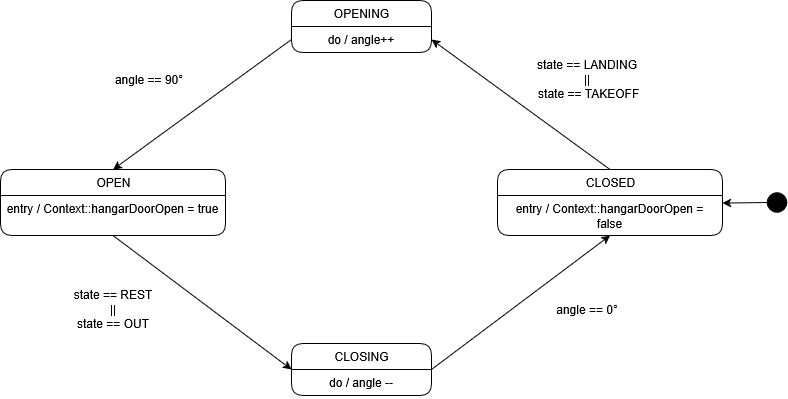
Above: docs/tex/images/hangar_door.png in MarMal001/Project2-SmartDroneHangar (draw.io), before the change. Source tidied: cells renumbered, new cells last; positions are measured from the earlier drawing's top-left corner, leaving out a move shared by most shapes. The source it was exported from:
```xml
<mxGraphModel>
  <root>
    <mxCell id="0" />
    <mxCell id="1" parent="0" />
    <mxCell id="2" style="endArrow=classic;html=1;rounded=0;entryX=0.5;entryY=0;entryDx=0;entryDy=0;exitX=0;exitY=0.5;exitDx=0;exitDy=0;" parent="1" edge="1" source="13" target="16">
      <mxGeometry relative="1" as="geometry" />
    </mxCell>
    <mxCell id="3" style="endArrow=classic;html=1;rounded=0;entryX=1;entryY=0.5;entryDx=0;entryDy=0;exitX=0.5;exitY=0;exitDx=0;exitDy=0;" parent="1" edge="1" source="18" target="13">
      <mxGeometry relative="1" as="geometry" />
    </mxCell>
    <mxCell id="4" style="endArrow=classic;html=1;rounded=0;exitX=1;exitY=0.5;exitDx=0;exitDy=0;entryX=0.5;entryY=1;entryDx=0;entryDy=0;" parent="1" edge="1" source="14" target="18">
      <mxGeometry relative="1" as="geometry" />
    </mxCell>
    <mxCell id="5" style="endArrow=classic;html=1;rounded=0;exitX=0.5;exitY=1;exitDx=0;exitDy=0;entryX=0;entryY=0.5;entryDx=0;entryDy=0;" parent="1" edge="1" source="16" target="14">
      <mxGeometry relative="1" as="geometry" />
    </mxCell>
    <mxCell id="6" value="angle == 90°" style="text;html=1;whiteSpace=wrap;strokeColor=none;fillColor=none;align=center;verticalAlign=middle;rounded=0;" parent="1" vertex="1">
      <mxGeometry x="104" y="64" width="90" height="30" as="geometry" />
    </mxCell>
    <mxCell id="7" value="angle == 0°" style="text;html=1;whiteSpace=wrap;strokeColor=none;fillColor=none;align=center;verticalAlign=middle;rounded=0;" parent="1" vertex="1">
      <mxGeometry x="547" y="294" width="80" height="30" as="geometry" />
    </mxCell>
    <mxCell id="8" value="&lt;div&gt;state == REST&lt;/div&gt;&lt;div&gt;||&lt;/div&gt;&lt;div&gt;state == OUT&lt;/div&gt;" style="text;html=1;whiteSpace=wrap;strokeColor=none;fillColor=none;align=center;verticalAlign=middle;rounded=0;" parent="1" vertex="1">
      <mxGeometry x="67.5" y="294" width="90" height="30" as="geometry" />
    </mxCell>
    <mxCell id="9" value="&lt;div&gt;state == LANDING&lt;/div&gt;&lt;div&gt;||&lt;/div&gt;&lt;div&gt;&amp;nbsp;state == TAKEOFF&lt;/div&gt;" style="text;html=1;whiteSpace=wrap;strokeColor=none;fillColor=none;align=center;verticalAlign=middle;rounded=0;" parent="1" vertex="1">
      <mxGeometry x="522" y="64" width="130" height="30" as="geometry" />
    </mxCell>
    <mxCell id="10" style="ellipse;whiteSpace=wrap;html=1;shapeInside=1;gradientColor=none;fillStyle=solid;fillColor=#000000;" parent="1" vertex="1">
      <mxGeometry x="766.7" y="192.2" width="19.5" height="19.5" as="geometry" />
    </mxCell>
    <mxCell id="11" style="endArrow=classic;html=1;rounded=0;exitX=0;exitY=0.5;exitDx=0;exitDy=0;entryX=0.997;entryY=0.403;entryDx=0;entryDy=0;entryPerimeter=0;" parent="1" edge="1">
      <mxGeometry relative="1" as="geometry">
        <mxPoint x="767.7" y="202" as="sourcePoint" />
        <mxPoint x="722" y="202.6" as="targetPoint" />
      </mxGeometry>
    </mxCell>
    <mxCell id="12" value="OPENING" style="swimlane;fontStyle=0;horizontal=1;startSize=26;fillColor=none;html=1;rounded=1;" parent="1" vertex="1">
      <mxGeometry x="291" width="140" height="52" as="geometry" />
    </mxCell>
    <mxCell id="13" value="&lt;div align=&quot;center&quot;&gt;do / angle++&lt;/div&gt;" style="text;strokeColor=none;fillColor=none;align=center;verticalAlign=top;spacingLeft=4;spacingRight=4;overflow=hidden;points=[[0,0.5],[1,0.5]];portConstraint=eastwest;whiteSpace=wrap;html=1;" parent="12" vertex="1">
      <mxGeometry y="26" width="140" height="26" as="geometry" />
    </mxCell>
    <mxCell id="14" value="CLOSING" style="swimlane;fontStyle=0;horizontal=1;startSize=26;fillColor=none;html=1;rounded=1;" parent="1" vertex="1">
      <mxGeometry x="291" y="343" width="140" height="52" as="geometry" />
    </mxCell>
    <mxCell id="15" value="&lt;div align=&quot;center&quot;&gt;do / angle --&lt;/div&gt;" style="text;strokeColor=none;fillColor=none;align=center;verticalAlign=top;spacingLeft=4;spacingRight=4;overflow=hidden;whiteSpace=wrap;html=1;rounded=1;" parent="14" vertex="1">
      <mxGeometry y="26" width="140" height="26" as="geometry" />
    </mxCell>
    <mxCell id="16" value="OPEN" style="swimlane;fontStyle=0;horizontal=1;startSize=26;fillColor=none;html=1;rounded=1;" parent="1" vertex="1">
      <mxGeometry y="169" width="225" height="66" as="geometry" />
    </mxCell>
    <mxCell id="17" value="entry / Context::hangarDoorOpen = true" style="text;strokeColor=none;fillColor=none;align=center;verticalAlign=top;spacingLeft=4;spacingRight=4;overflow=hidden;whiteSpace=wrap;html=1;" parent="16" vertex="1">
      <mxGeometry y="26" width="225" height="40" as="geometry" />
    </mxCell>
    <mxCell id="18" value="CLOSED" style="swimlane;fontStyle=0;horizontal=1;startSize=26;fillColor=none;html=1;rounded=1;" parent="1" vertex="1">
      <mxGeometry x="497" y="169" width="225" height="66" as="geometry" />
    </mxCell>
    <mxCell id="19" value="entry / Context::hangarDoorOpen = false" style="text;strokeColor=none;fillColor=none;align=center;verticalAlign=top;spacingLeft=4;spacingRight=4;overflow=hidden;whiteSpace=wrap;html=1;" parent="18" vertex="1">
      <mxGeometry y="26" width="225" height="40" as="geometry" />
    </mxCell>
  </root>
</mxGraphModel>
```
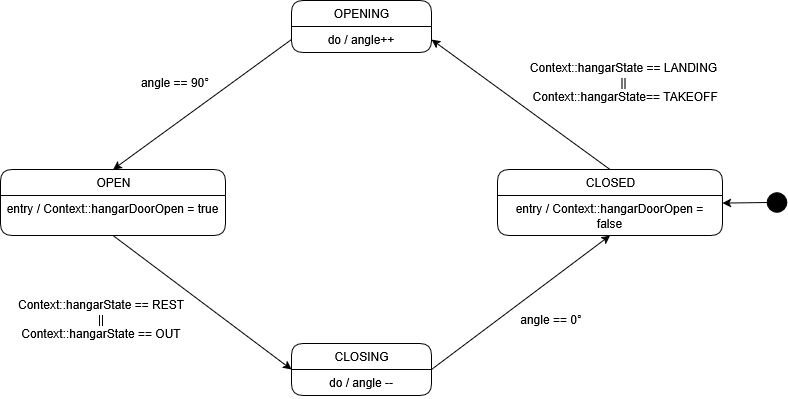
Above is the later version.

Diff of the diagram source:
```diff
@@ -15,16 +15,16 @@
       <mxGeometry relative="1" as="geometry" />
     </mxCell>
     <mxCell id="6" value="angle == 90°" style="text;html=1;whiteSpace=wrap;strokeColor=none;fillColor=none;align=center;verticalAlign=middle;rounded=0;" parent="1" vertex="1">
-      <mxGeometry x="104" y="64" width="90" height="30" as="geometry" />
+      <mxGeometry x="130" y="67" width="90" height="30" as="geometry" />
     </mxCell>
     <mxCell id="7" value="angle == 0°" style="text;html=1;whiteSpace=wrap;strokeColor=none;fillColor=none;align=center;verticalAlign=middle;rounded=0;" parent="1" vertex="1">
-      <mxGeometry x="547" y="294" width="80" height="30" as="geometry" />
+      <mxGeometry x="511" y="304" width="80" height="30" as="geometry" />
     </mxCell>
-    <mxCell id="8" value="&lt;div&gt;state == REST&lt;/div&gt;&lt;div&gt;||&lt;/div&gt;&lt;div&gt;state == OUT&lt;/div&gt;" style="text;html=1;whiteSpace=wrap;strokeColor=none;fillColor=none;align=center;verticalAlign=middle;rounded=0;" parent="1" vertex="1">
-      <mxGeometry x="67.5" y="294" width="90" height="30" as="geometry" />
+    <mxCell id="8" value="&lt;div&gt;Context::hangarState == REST&lt;/div&gt;&lt;div&gt;||&lt;/div&gt;&lt;div&gt;Context::hangarState == OUT&lt;/div&gt;" style="text;html=1;whiteSpace=wrap;strokeColor=none;fillColor=none;align=center;verticalAlign=middle;rounded=0;" parent="1" vertex="1">
+      <mxGeometry x="16" y="304" width="169.5" height="30" as="geometry" />
     </mxCell>
-    <mxCell id="9" value="&lt;div&gt;state == LANDING&lt;/div&gt;&lt;div&gt;||&lt;/div&gt;&lt;div&gt;&amp;nbsp;state == TAKEOFF&lt;/div&gt;" style="text;html=1;whiteSpace=wrap;strokeColor=none;fillColor=none;align=center;verticalAlign=middle;rounded=0;" parent="1" vertex="1">
-      <mxGeometry x="522" y="64" width="130" height="30" as="geometry" />
+    <mxCell id="9" value="Context::hangarState == LANDING&lt;div&gt;||&lt;/div&gt;&lt;div&gt;&amp;nbsp;Context::hangarState== TAKEOFF&lt;/div&gt;" style="text;html=1;whiteSpace=wrap;strokeColor=none;fillColor=none;align=center;verticalAlign=middle;rounded=0;" parent="1" vertex="1">
+      <mxGeometry x="511" y="67" width="225" height="30" as="geometry" />
     </mxCell>
     <mxCell id="10" style="ellipse;whiteSpace=wrap;html=1;shapeInside=1;gradientColor=none;fillStyle=solid;fillColor=#000000;" parent="1" vertex="1">
       <mxGeometry x="766.7" y="192.2" width="19.5" height="19.5" as="geometry" />
```
